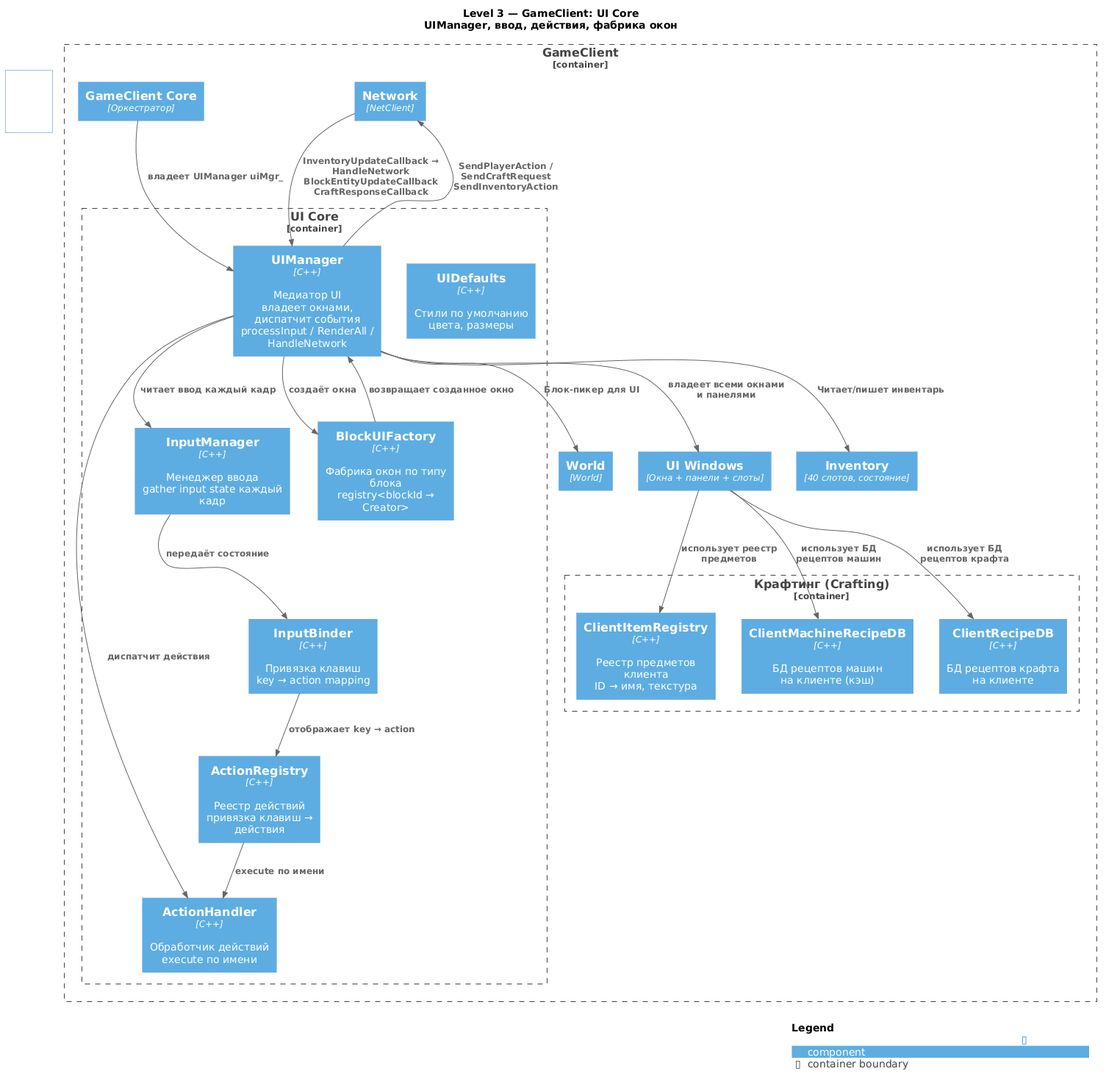
lexasub/gtnh-platform keeps this PlantUML diagram as doc/c4/GTNH-Client-UI-Core-level4.png. Above is the earlier version. Source of this version:
```plantuml
@startuml GTNH-Client-UI-Core-level4
!include _common.puml

LAYOUT_TOP_DOWN()
LAYOUT_WITH_LEGEND()

title **Level 3 — GameClient: UI Core**\nUIManager, ввод, действия, фабрика окон

Container_Boundary(gc, "GameClient") {

    Container_Boundary(uicore, "UI Core") {
        Component(ui_mgr, "UIManager", "C++", "Медиатор UI\nвладеет окнами, диспатчит события\nprocessInput / RenderAll / HandleNetwork")
        Component(ui_action_reg, "ActionRegistry", "C++", "Реестр действий\nпривязка клавиш → действия")
        Component(ui_action_handler, "ActionHandler", "C++", "Обработчик действий\nexecute по имени")
        Component(ui_binder, "InputBinder", "C++", "Привязка клавиш\nkey → action mapping")
        Component(ui_input_mgr, "InputManager", "C++", "Менеджер ввода\ngather input state каждый кадр")
        Component(ui_defaults, "UIDefaults", "C++", "Стили по умолчанию\nцвета, размеры")
        Component(ui_factory, "BlockUIFactory", "C++", "Фабрика окон по типу блока\nregistry<blockId → Creator>")
    }

    Container_Boundary(craft, "Крафтинг (Crafting)") {
        Component(cr_item_reg, "ClientItemRegistry", "C++", "Реестр предметов клиента\nID → имя, текстура")
        Component(cr_machine_db, "ClientMachineRecipeDB", "C++", "БД рецептов машин\nна клиенте (кэш)")
        Component(cr_recipe_db, "ClientRecipeDB", "C++", "БД рецептов крафта\nна клиенте")
    }

    Component(core_ref, "GameClient Core", "Оркестратор")
    Component(net_ref, "Network", "NetClient")
    Component(world_ref, "World", "World")
    Component(windows_ref, "UI Windows", "Окна + панели + слоты")
    Component(inv_ref, "Inventory", "40 слотов, состояние")
}

Rel(ui_input_mgr, ui_binder, "передаёт состояние", "")
Rel(ui_binder, ui_action_reg, "отображает key → action", "")
Rel(ui_action_reg, ui_action_handler, "execute по имени", "")
Rel(ui_mgr, ui_input_mgr, "читает ввод каждый кадр", "")
Rel(ui_mgr, ui_action_handler, "диспатчит действия", "")
Rel(ui_mgr, ui_factory, "создаёт окна", "")
Rel(ui_factory, ui_mgr, "возвращает созданное окно", "")

Rel(core_ref, ui_mgr, "владеет UIManager uiMgr_", "")
Rel(ui_mgr, net_ref, "SendPlayerAction / SendCraftRequest\nSendInventoryAction", "")
Rel(ui_mgr, inv_ref, "Читает/пишет инвентарь", "")
Rel(ui_mgr, world_ref, "Блок-пикер для UI", "")
Rel(net_ref, ui_mgr, "InventoryUpdateCallback → HandleNetwork\nBlockEntityUpdateCallback\nCraftResponseCallback", "")

Rel(ui_mgr, windows_ref, "владеет всеми окнами\nи панелями", "")
Rel(windows_ref, cr_item_reg, "использует реестр\nпредметов", "")
Rel(windows_ref, cr_recipe_db, "использует БД\nрецептов крафта", "")
Rel(windows_ref, cr_machine_db, "использует БД\nрецептов машин", "")

SHOW_LEGEND()
@enduml
```
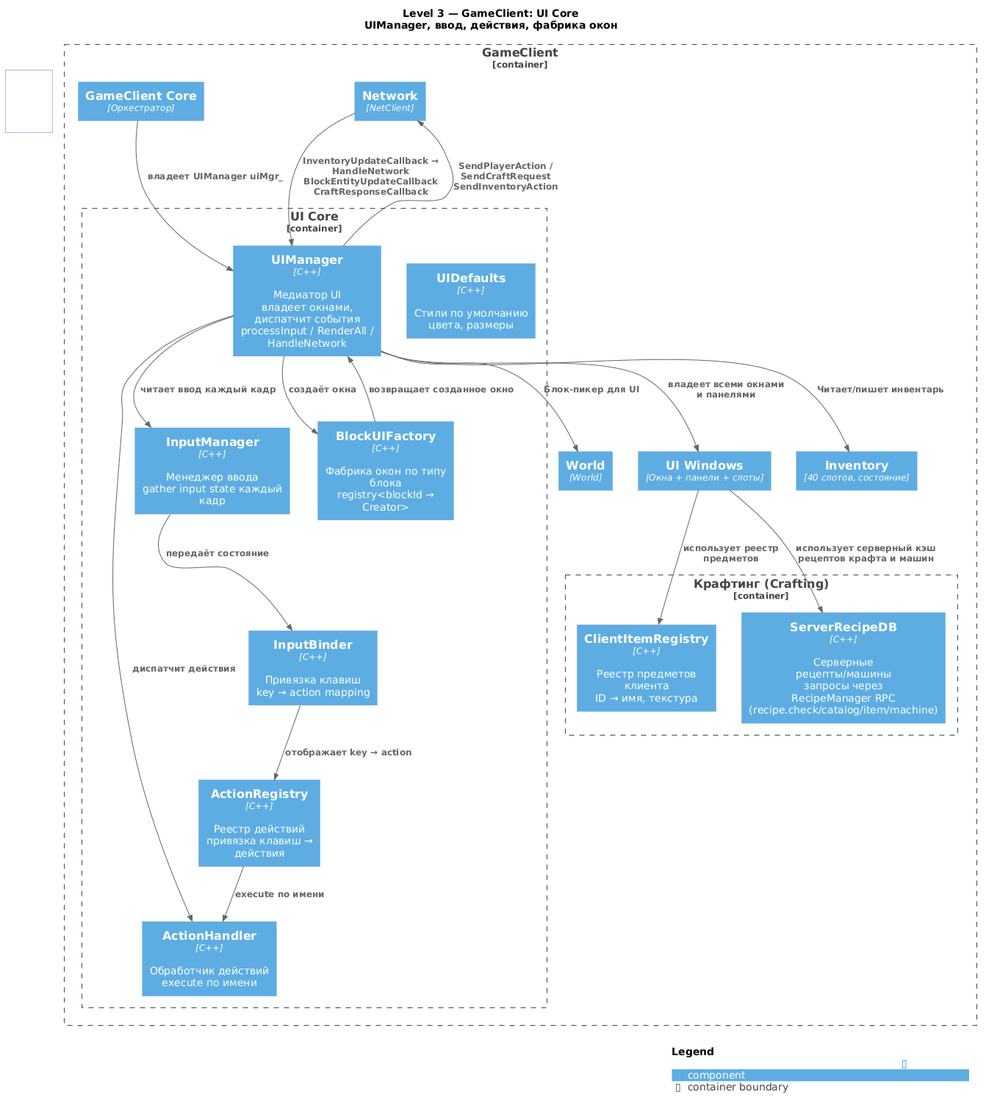
Above is the later version.

What changed in the source:
```diff
@@ -20,8 +20,7 @@
 
     Container_Boundary(craft, "Крафтинг (Crafting)") {
         Component(cr_item_reg, "ClientItemRegistry", "C++", "Реестр предметов клиента\nID → имя, текстура")
-        Component(cr_machine_db, "ClientMachineRecipeDB", "C++", "БД рецептов машин\nна клиенте (кэш)")
-        Component(cr_recipe_db, "ClientRecipeDB", "C++", "БД рецептов крафта\nна клиенте")
+        Component(cr_server_db, "ServerRecipeDB", "C++", "Серверные рецепты/машины\nзапросы через RecipeManager RPC\n(recipe.check/catalog/item/machine)")
     }
 
     Component(core_ref, "GameClient Core", "Оркестратор")
@@ -47,8 +46,7 @@
 
 Rel(ui_mgr, windows_ref, "владеет всеми окнами\nи панелями", "")
 Rel(windows_ref, cr_item_reg, "использует реестр\nпредметов", "")
-Rel(windows_ref, cr_recipe_db, "использует БД\nрецептов крафта", "")
-Rel(windows_ref, cr_machine_db, "использует БД\nрецептов машин", "")
+Rel(windows_ref, cr_server_db, "использует серверный кэш\nрецептов крафта и машин", "")
 
 SHOW_LEGEND()
 @enduml
```
